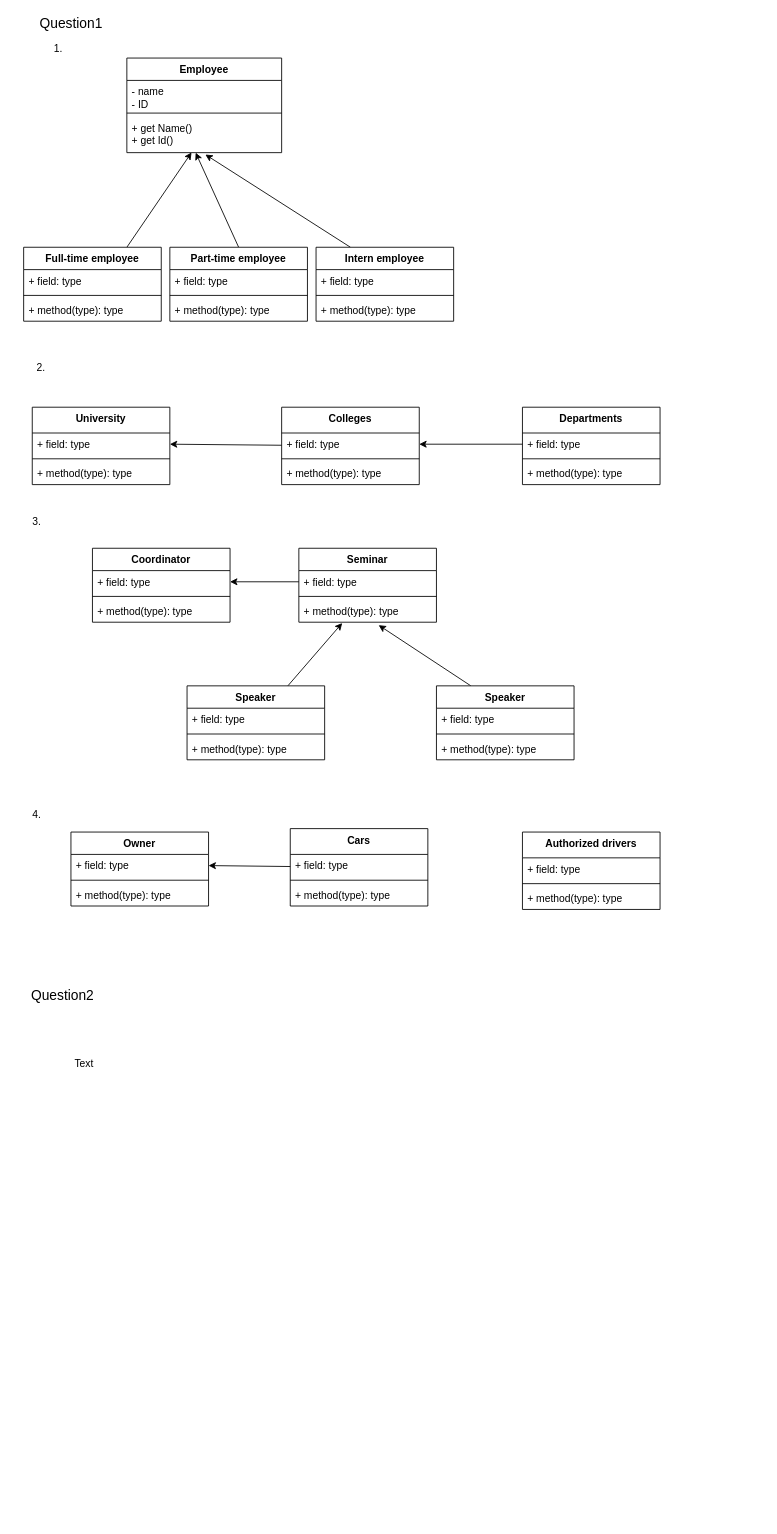
Before: Yuhao/Untitled Diagram.drawio in 1kzpro/international, a draw.io diagram. Source tidied: cells renumbered, new cells numbered last; positions are measured from the earlier drawing's top-left corner, leaving out a move shared by most shapes. Both pictures are drawn from the tidied source at 86%, with x=0, y=0 at pixel (23, 15).
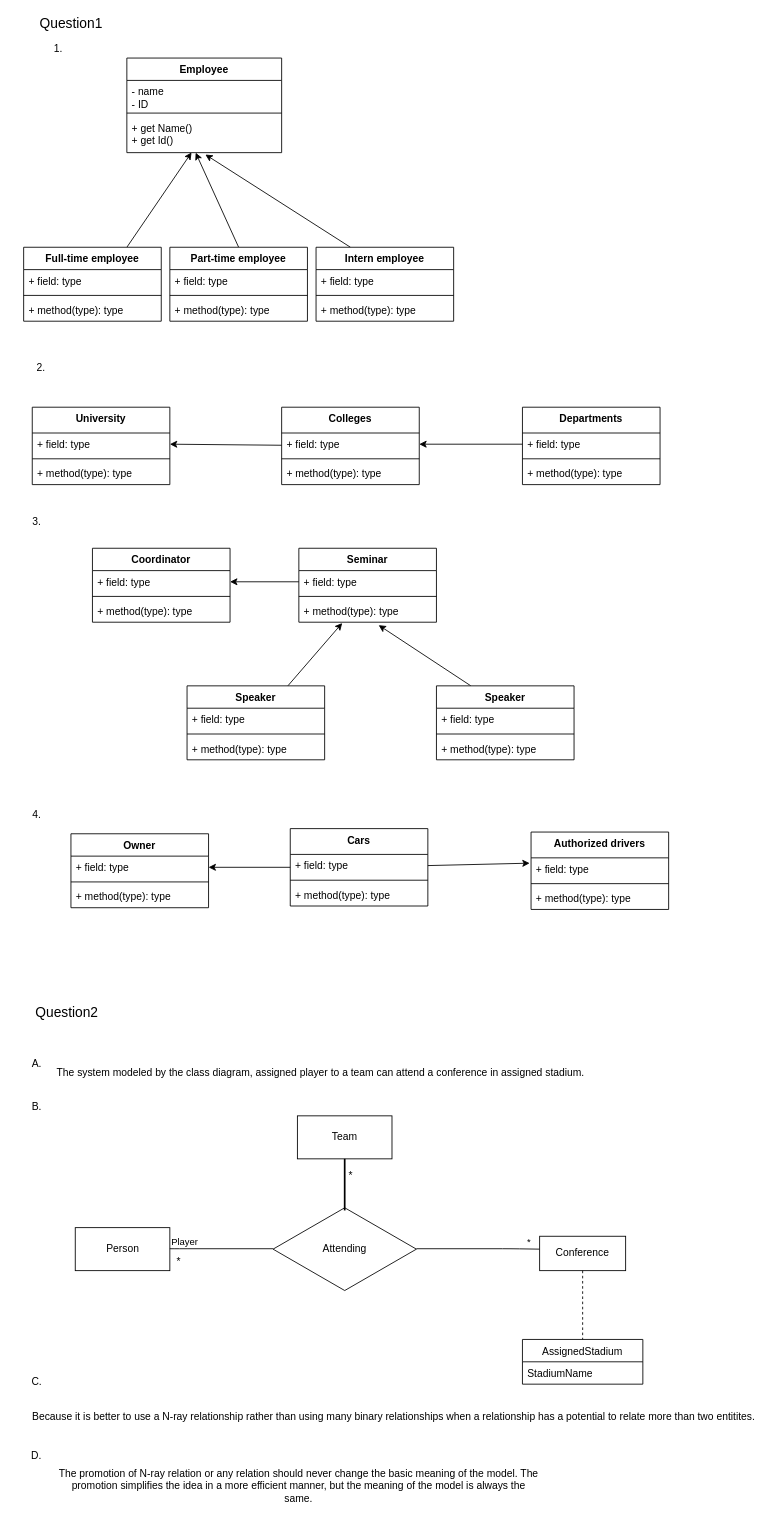
After the change.

The change refers to these unchanged cells:
```xml
<mxCell id="61" value="+ field: type" style="text;strokeColor=none;fillColor=none;align=left;verticalAlign=top;spacingLeft=4;spacingRight=4;overflow=hidden;points=[[0,0.5],[1,0.5]];portConstraint=eastwest;" parent="60" vertex="1">
  <mxGeometry y="30" width="160" height="26" as="geometry" />
</mxCell>
<mxCell id="69" value="+ field: type" style="text;strokeColor=none;fillColor=none;align=left;verticalAlign=top;spacingLeft=4;spacingRight=4;overflow=hidden;points=[[0,0.5],[1,0.5]];portConstraint=eastwest;" parent="68" vertex="1">
  <mxGeometry y="30" width="160" height="26" as="geometry" />
</mxCell>
```

Change to the diagram source:
```diff
@@
     <mxCell id="64" value="Owner" style="swimlane;fontStyle=1;align=center;verticalAlign=top;horizontal=1;startSize=26;" parent="1" vertex="1">
-      <mxGeometry x="55" y="950" width="160" height="86" as="geometry" />
+      <mxGeometry x="55" y="952" width="160" height="86" as="geometry" />
     </mxCell>
@@
     <mxCell id="68" value="Authorized drivers" style="swimlane;fontStyle=1;align=center;verticalAlign=top;horizontal=1;startSize=30;" parent="1" vertex="1">
-      <mxGeometry x="580" y="950" width="160" height="90" as="geometry" />
+      <mxGeometry x="590" y="950" width="160" height="90" as="geometry" />
     </mxCell>
@@
     <mxCell id="72" value="&lt;font style=&quot;font-size: 16px&quot;&gt;Question2&lt;/font&gt;" style="text;html=1;align=center;verticalAlign=middle;fillColor=none;strokeColor=none;rounded=0;" parent="1" vertex="1">
-      <mxGeometry y="1130" width="90" height="20" as="geometry" />
+      <mxGeometry x="5" y="1150" width="90" height="20" as="geometry" />
     </mxCell>
-    <mxCell id="73" value="Text" style="text;html=1;align=center;verticalAlign=middle;fillColor=none;strokeColor=none;rounded=0;" parent="1" vertex="1">
-      <mxGeometry x="50" y="1210" width="40" height="20" as="geometry" />
+    <mxCell id="73" value="A." style="text;html=1;align=center;verticalAlign=middle;fillColor=none;strokeColor=none;rounded=0;" parent="1" vertex="1">
+      <mxGeometry y="1210" width="30" height="20" as="geometry" />
     </mxCell>
+    <mxCell id="74" value="The system modeled by the class diagram, assigned player to a team can attend a conference in assigned stadium." style="text;html=1;align=center;verticalAlign=middle;fillColor=none;strokeColor=none;rounded=0;" parent="1" vertex="1">
+      <mxGeometry x="30" y="1220" width="630" height="20" as="geometry" />
+    </mxCell>
+    <mxCell id="75" value="B." style="text;html=1;align=center;verticalAlign=middle;fillColor=none;strokeColor=none;rounded=0;" parent="1" vertex="1">
+      <mxGeometry y="1260" width="30" height="20" as="geometry" />
+    </mxCell>
+    <mxCell id="76" value="Team" style="html=1;" parent="1" vertex="1">
+      <mxGeometry x="318.3" y="1280" width="110" height="50" as="geometry" />
+    </mxCell>
+    <mxCell id="77" value="Person" style="html=1;" parent="1" vertex="1">
+      <mxGeometry x="60" y="1410" width="110" height="50" as="geometry" />
+    </mxCell>
+    <mxCell id="78" value="Attending" style="html=1;whiteSpace=wrap;shape=isoRectangle;" parent="1" vertex="1">
+      <mxGeometry x="290" y="1385" width="166.7" height="100" as="geometry" />
+    </mxCell>
+    <mxCell id="79" style="edgeStyle=none;rounded=0;orthogonalLoop=1;jettySize=auto;html=1;entryX=0.516;entryY=-0.002;entryDx=0;entryDy=0;entryPerimeter=0;" parent="1" edge="1" source="78" target="78">
+      <mxGeometry relative="1" as="geometry" />
+    </mxCell>
+    <mxCell id="80" style="edgeStyle=none;rounded=0;jettySize=auto;html=1;exitX=1;exitY=0.5;exitDx=0;exitDy=0;entryX=-0.01;entryY=0.238;entryDx=0;entryDy=0;entryPerimeter=0;" parent="1" edge="1" source="61" target="69">
+      <mxGeometry relative="1" as="geometry" />
+    </mxCell>
+    <mxCell id="81" style="line;strokeWidth=2;direction=south;html=1;" parent="1" vertex="1">
+      <mxGeometry x="368.3" y="1330" width="10" height="60" as="geometry" />
+    </mxCell>
+    <mxCell id="82" style="endArrow=none;html=1;edgeStyle=orthogonalEdgeStyle;" parent="1" edge="1">
+      <mxGeometry relative="1" as="geometry">
+        <mxPoint x="170" y="1434.5" as="sourcePoint" />
+        <mxPoint x="290" y="1434.5" as="targetPoint" />
+        <Array as="points">
+          <mxPoint x="180" y="1435" />
+          <mxPoint x="180" y="1435" />
+        </Array>
+      </mxGeometry>
+    </mxCell>
+    <mxCell id="83" value="Player" style="edgeLabel;html=1;align=left;verticalAlign=bottom;" parent="82" vertex="1">
+      <mxGeometry x="-1" relative="1" as="geometry" />
+    </mxCell>
+    <mxCell id="84" value="*" style="text;html=1;align=center;verticalAlign=middle;strokeColor=none;fillColor=none;" parent="1" vertex="1">
+      <mxGeometry x="170" y="1440" width="20" height="20" as="geometry" />
+    </mxCell>
+    <mxCell id="85" style="endArrow=none;html=1;edgeStyle=orthogonalEdgeStyle;" parent="1" edge="1">
+      <mxGeometry relative="1" as="geometry">
+        <mxPoint x="456.7" y="1434.5" as="sourcePoint" />
+        <mxPoint x="600" y="1435" as="targetPoint" />
+        <Array as="points">
+          <mxPoint x="566.7" y="1434.5" />
+          <mxPoint x="566.7" y="1434.5" />
+        </Array>
+      </mxGeometry>
+    </mxCell>
+    <mxCell id="86" value="*" style="edgeLabel;html=1;align=right;verticalAlign=bottom;" parent="85" vertex="1">
+      <mxGeometry x="1" relative="1" as="geometry">
+        <mxPoint x="-10" as="offset" />
+      </mxGeometry>
+    </mxCell>
+    <mxCell id="87" value="*" style="text;html=1;align=center;verticalAlign=middle;fillColor=none;strokeColor=none;rounded=0;" parent="1" vertex="1">
+      <mxGeometry x="370" y="1340" width="20" height="20" as="geometry" />
+    </mxCell>
+    <mxCell id="88" value="Conference" style="shape=umlLifeline;perimeter=lifelinePerimeter;whiteSpace=wrap;html=1;" parent="1" vertex="1">
+      <mxGeometry x="600" y="1420" width="100" height="120" as="geometry" />
+    </mxCell>
+    <mxCell id="89" value="AssignedStadium" style="swimlane;fontStyle=0;horizontal=1;startSize=26;fillColor=none;" parent="1" vertex="1">
+      <mxGeometry x="580" y="1540" width="140" height="52" as="geometry" />
+    </mxCell>
+    <mxCell id="90" value="StadiumName" style="text;strokeColor=none;fillColor=none;align=left;verticalAlign=top;spacingLeft=4;spacingRight=4;overflow=hidden;" parent="89" vertex="1">
+      <mxGeometry y="26" width="140" height="26" as="geometry" />
+    </mxCell>
+    <mxCell id="91" value="C." style="text;html=1;align=center;verticalAlign=middle;fillColor=none;strokeColor=none;rounded=0;" parent="1" vertex="1">
+      <mxGeometry y="1580" width="30" height="20" as="geometry" />
+    </mxCell>
+    <mxCell id="92" value="Because it is better to use a N-ray relationship rather than using many binary relationships when a relationship has a potential to relate more than two entitites." style="text;html=1;align=center;verticalAlign=middle;fillColor=none;strokeColor=none;rounded=0;" parent="1" vertex="1">
+      <mxGeometry y="1620" width="860" height="20" as="geometry" />
+    </mxCell>
+    <mxCell id="93" value="D." style="text;html=1;strokeColor=none;fillColor=none;align=center;verticalAlign=middle;whiteSpace=wrap;rounded=0;" parent="1" vertex="1">
+      <mxGeometry x="-10" y="1660" width="50" height="30" as="geometry" />
+    </mxCell>
+    <mxCell id="94" value="The promotion of N-ray relation or any relation should never change the basic meaning of the model. The promotion simplifies the idea in a more efficient manner, but the meaning of the model is always the same." style="text;html=1;strokeColor=none;fillColor=none;align=center;verticalAlign=middle;whiteSpace=wrap;rounded=0;" parent="1" vertex="1">
+      <mxGeometry x="40" y="1670" width="560" height="80" as="geometry" />
+    </mxCell>
```
